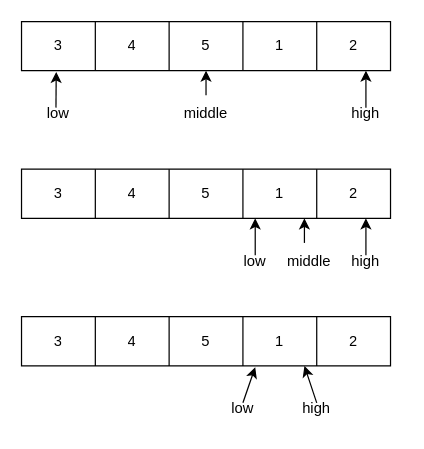
Before: 未命名绘图.drawio in jiandanfeng/file_viewer, a draw.io diagram. Source tidied: cells renumbered, new cells numbered last; positions are measured from the earlier drawing's top-left corner, leaving out a move shared by most shapes. Both pictures are drawn from the tidied source at 123%, with x=0, y=0 at pixel (21, 21).
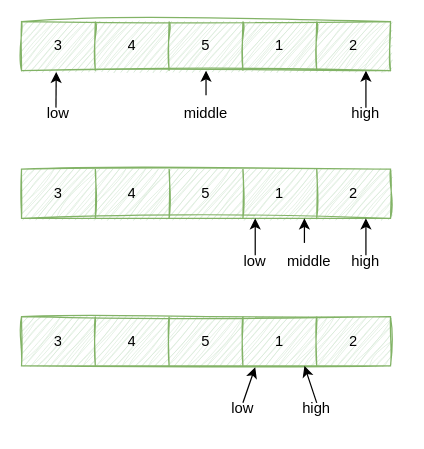
The same diagram, later.

Commit message (it also covers changes not shown here):
更新未命名绘图.drawio

Change to the diagram source:
```diff
@@
-    <mxCell id="2" style="shape=table;startSize=0;childLayout=tableLayout;" parent="1" vertex="1">
+    <mxCell id="2" style="shape=table;startSize=0;childLayout=tableLayout;fillColor=#d5e8d4;strokeColor=#82b366;rounded=1;sketch=1;curveFitting=1;jiggle=2;shadow=0;" parent="1" vertex="1">
       <mxGeometry width="300" height="40" as="geometry" />
     </mxCell>
@@
-    <mxCell id="14" style="shape=table;startSize=0;childLayout=tableLayout;" parent="1" vertex="1">
+    <mxCell id="14" style="shape=table;startSize=0;childLayout=tableLayout;rounded=1;sketch=1;curveFitting=1;jiggle=2;fillColor=#d5e8d4;strokeColor=#82b366;" parent="1" vertex="1">
       <mxGeometry y="120" width="300" height="40" as="geometry" />
     </mxCell>
@@
-    <mxCell id="28" style="shape=table;startSize=0;childLayout=tableLayout;" parent="1" vertex="1">
+    <mxCell id="28" style="shape=table;startSize=0;childLayout=tableLayout;rounded=1;sketch=1;curveFitting=1;jiggle=2;fillColor=#d5e8d4;strokeColor=#82b366;" parent="1" vertex="1">
       <mxGeometry y="240" width="300" height="40" as="geometry" />
     </mxCell>
```
